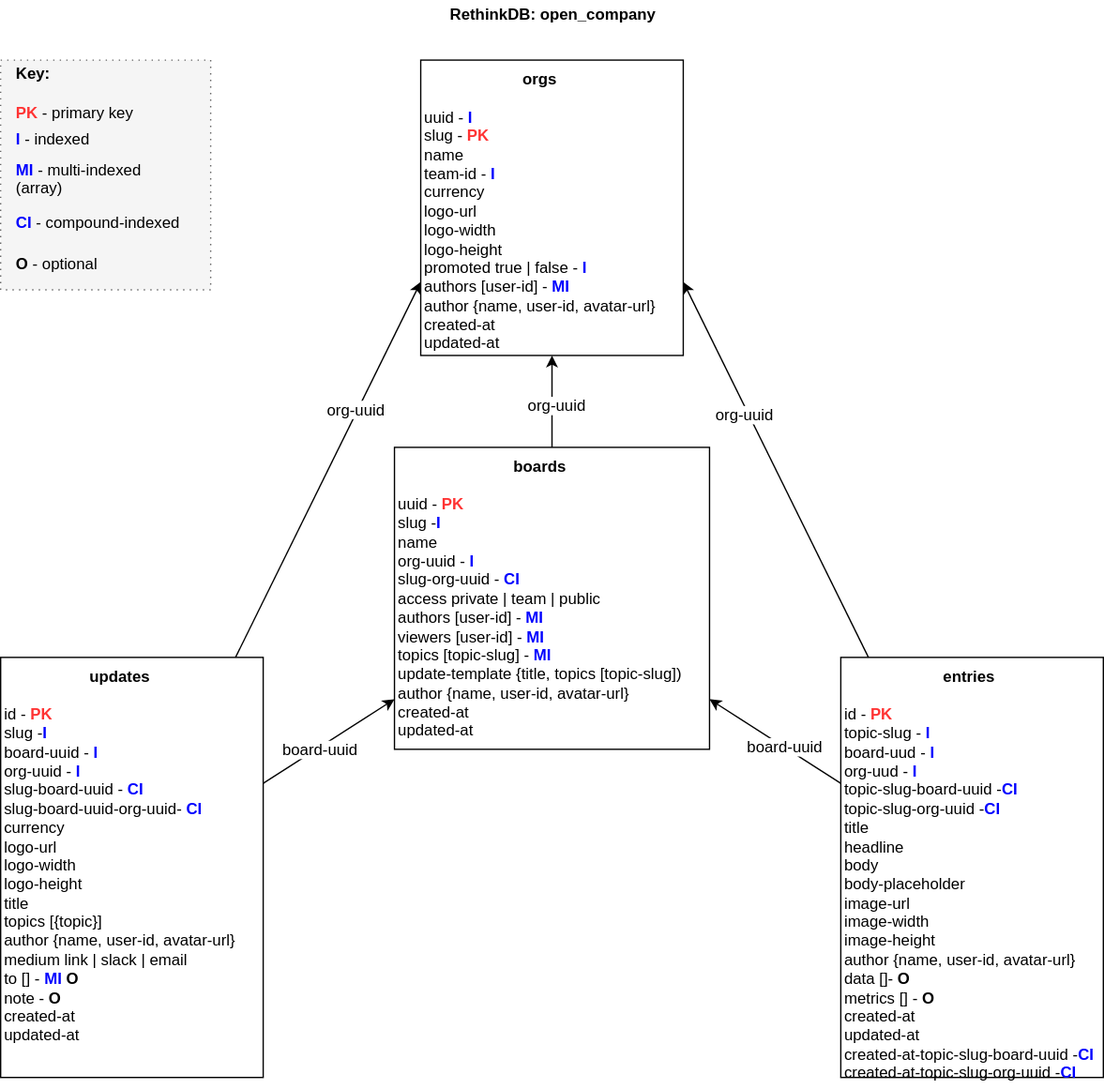
The draw.io diagram docs/OC-Storage-Schema.svg in open-company/open-company-storage, before a commit. Source tidied: cells renumbered, new cells last; positions are measured from the earlier drawing's top-left corner, leaving out a move shared by most shapes.
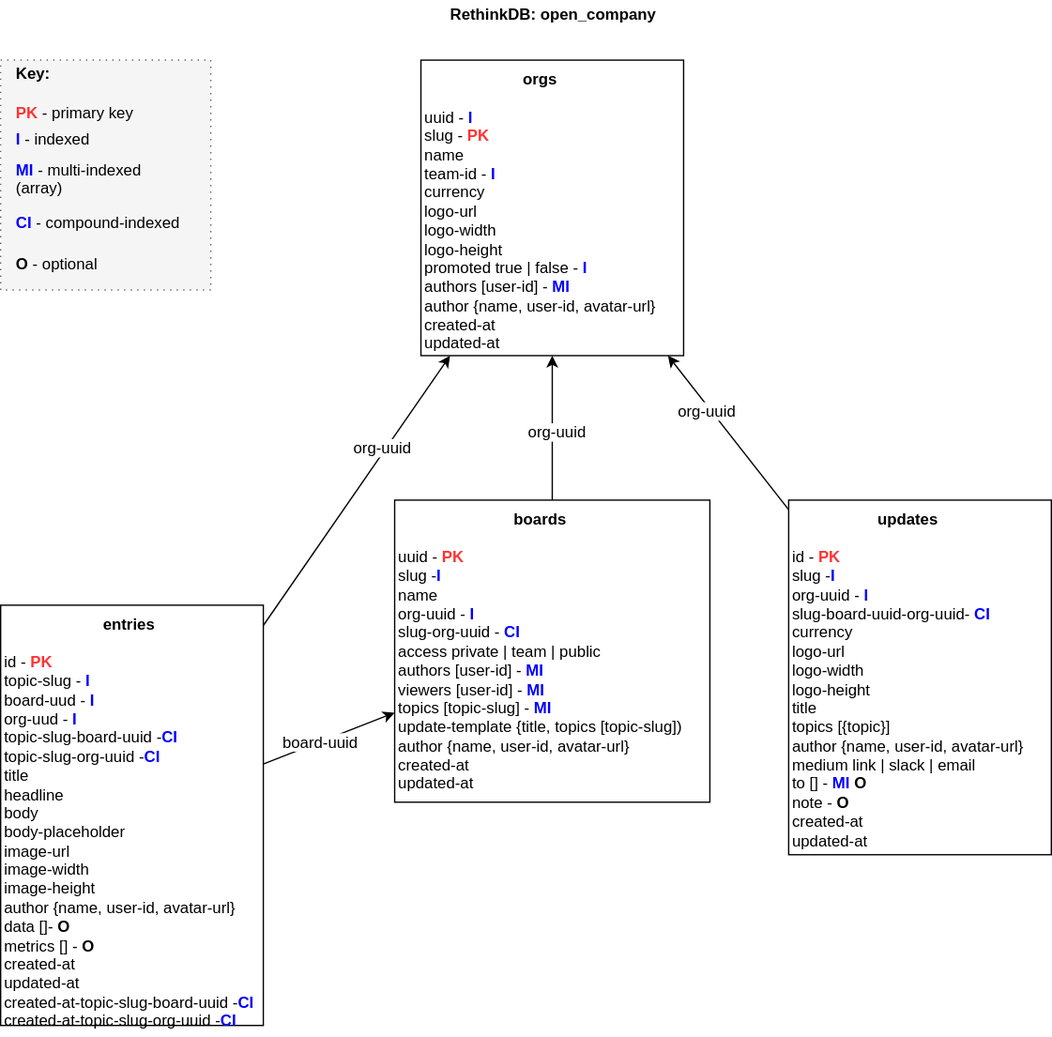
After the change.

Commit message:
Update schema, diagram and migrations for update move from board to org.

The edit, as a diff of the source:
```diff
@@ -9,7 +9,7 @@
       <mxGeometry x="320" y="45" width="200" height="225" as="geometry" />
     </mxCell>
     <mxCell id="4" value="&lt;div style=&quot;text-align: center&quot;&gt;&lt;div style=&quot;text-align: center&quot;&gt;&lt;div&gt;&lt;font color=&quot;#000000&quot;&gt;&lt;b&gt;boards&lt;/b&gt;&lt;/font&gt;&lt;/div&gt;&lt;div&gt;&lt;font color=&quot;#000000&quot;&gt;&lt;br&gt;&lt;/font&gt;&lt;/div&gt;&lt;div style=&quot;text-align: left&quot;&gt;&lt;font color=&quot;#000000&quot;&gt;uuid -&amp;nbsp;&lt;/font&gt;&lt;font color=&quot;#ff3333&quot;&gt;&lt;b&gt;PK&lt;/b&gt;&lt;/font&gt;&lt;br&gt;&lt;/div&gt;&lt;div style=&quot;text-align: left&quot;&gt;slug -&lt;b&gt;&lt;font color=&quot;#0000ff&quot;&gt;I&lt;/font&gt;&lt;/b&gt;&lt;/div&gt;&lt;div style=&quot;text-align: left&quot;&gt;&lt;font color=&quot;#000000&quot;&gt;name&lt;/font&gt;&lt;/div&gt;&lt;div style=&quot;text-align: left&quot;&gt;&lt;font color=&quot;#000000&quot;&gt;org-uuid -&amp;nbsp;&lt;/font&gt;&lt;font color=&quot;#0000ff&quot;&gt;&lt;b&gt;I&lt;/b&gt;&lt;/font&gt;&lt;/div&gt;&lt;div style=&quot;text-align: left&quot;&gt;slug-org-uuid -&lt;b&gt;&amp;nbsp;&lt;font color=&quot;#0000ff&quot;&gt;CI&lt;/font&gt;&lt;/b&gt;&lt;/div&gt;&lt;div style=&quot;text-align: left&quot;&gt;access private | team | public&lt;/div&gt;&lt;div style=&quot;text-align: left&quot;&gt;&lt;span&gt;authors&amp;nbsp;&lt;/span&gt;&lt;span&gt;[user-id] -&amp;nbsp;&lt;/span&gt;&lt;b&gt;&lt;font color=&quot;#0000ff&quot;&gt;MI&lt;/font&gt;&lt;/b&gt;&lt;br&gt;&lt;/div&gt;&lt;div style=&quot;text-align: left&quot;&gt;viewers [user-id] -&amp;nbsp;&lt;b&gt;&lt;font color=&quot;#0000ff&quot;&gt;MI&lt;/font&gt;&lt;/b&gt;&lt;/div&gt;&lt;div style=&quot;text-align: left&quot;&gt;topics [topic-slug]&amp;nbsp;&lt;span&gt;-&amp;nbsp;&lt;/span&gt;&lt;b&gt;&lt;font color=&quot;#0000ff&quot;&gt;MI&lt;/font&gt;&lt;/b&gt;&lt;/div&gt;&lt;div style=&quot;text-align: left&quot;&gt;update-template {title, topics [topic-slug])&lt;/div&gt;&lt;div style=&quot;text-align: left&quot;&gt;author {name, user-id, avatar-url}&lt;/div&gt;&lt;div style=&quot;text-align: left&quot;&gt;created-at&lt;br&gt;&lt;/div&gt;&lt;div style=&quot;text-align: left&quot;&gt;&lt;font color=&quot;#000000&quot;&gt;updated-at&lt;/font&gt;&lt;/div&gt;&lt;/div&gt;&lt;/div&gt;" style="whiteSpace=wrap;html=1;fontSize=12;fontColor=#000000;align=left;verticalAlign=top;" parent="1" vertex="1">
-      <mxGeometry x="300" y="340" width="240" height="230" as="geometry" />
+      <mxGeometry x="300" y="380" width="240" height="230" as="geometry" />
     </mxCell>
     <mxCell id="5" style="endArrow=classic;html=1;strokeColor=#000000;fontSize=12;fontColor=#000000;" parent="1" edge="1" source="4" target="3">
       <mxGeometry relative="1" as="geometry" />
@@ -17,8 +17,8 @@
     <mxCell id="6" value="org-uuid" style="text;html=1;align=center;verticalAlign=middle;labelBackgroundColor=#ffffff;fontSize=12;fontColor=#000000;" parent="5" vertex="1">
       <mxGeometry x="-0.04" y="-3" relative="1" as="geometry" />
     </mxCell>
-    <mxCell id="7" value="&lt;div style=&quot;text-align: center&quot;&gt;&lt;div&gt;&lt;font color=&quot;#000000&quot;&gt;&lt;b&gt;updates&lt;/b&gt;&lt;/font&gt;&lt;/div&gt;&lt;div&gt;&lt;font color=&quot;#000000&quot;&gt;&lt;br&gt;&lt;/font&gt;&lt;/div&gt;&lt;div style=&quot;text-align: left&quot;&gt;&lt;font color=&quot;#000000&quot;&gt;id -&amp;nbsp;&lt;/font&gt;&lt;font color=&quot;#ff3333&quot;&gt;&lt;b&gt;PK&lt;/b&gt;&lt;/font&gt;&lt;br&gt;&lt;/div&gt;&lt;div style=&quot;text-align: left&quot;&gt;slug -&lt;b&gt;&lt;font color=&quot;#0000ff&quot;&gt;I&lt;/font&gt;&lt;/b&gt;&lt;/div&gt;&lt;div style=&quot;text-align: left&quot;&gt;&lt;font color=&quot;#000000&quot;&gt;board-uuid -&amp;nbsp;&lt;/font&gt;&lt;font color=&quot;#0000ff&quot;&gt;&lt;b&gt;I&lt;/b&gt;&lt;/font&gt;&lt;br&gt;&lt;/div&gt;&lt;div style=&quot;text-align: left&quot;&gt;org-uuid&lt;font color=&quot;#000000&quot;&gt;&amp;nbsp;-&amp;nbsp;&lt;/font&gt;&lt;font color=&quot;#0000ff&quot;&gt;&lt;b&gt;I&lt;/b&gt;&lt;/font&gt;&lt;/div&gt;&lt;div style=&quot;text-align: left&quot;&gt;slug-board-uuid&amp;nbsp;&lt;font color=&quot;#000000&quot;&gt;- &lt;/font&gt;&lt;font color=&quot;#0000ff&quot;&gt;&lt;b&gt;CI&lt;/b&gt;&lt;/font&gt;&lt;/div&gt;&lt;div style=&quot;text-align: left&quot;&gt;slug-board-uuid-org-uuid&lt;font color=&quot;#000000&quot;&gt;-&amp;nbsp;&lt;/font&gt;&lt;font color=&quot;#0000ff&quot;&gt;&lt;b&gt;CI&lt;/b&gt;&lt;/font&gt;&lt;/div&gt;&lt;div style=&quot;text-align: left&quot;&gt;currency&lt;/div&gt;&lt;div style=&quot;text-align: left&quot;&gt;logo-url&lt;/div&gt;&lt;div style=&quot;text-align: left&quot;&gt;logo-width&lt;/div&gt;&lt;div style=&quot;text-align: left&quot;&gt;logo-height&lt;/div&gt;&lt;div style=&quot;text-align: left&quot;&gt;title&lt;/div&gt;&lt;div style=&quot;text-align: left&quot;&gt;topics [{topic}]&lt;/div&gt;&lt;div style=&quot;text-align: left&quot;&gt;&lt;span&gt;author {name, user-id, avatar-url}&lt;/span&gt;&lt;br&gt;&lt;/div&gt;&lt;div style=&quot;text-align: left&quot;&gt;medium link | slack | email&lt;/div&gt;&lt;div style=&quot;text-align: left&quot;&gt;to []&amp;nbsp;&lt;font color=&quot;#000000&quot;&gt;-&amp;nbsp;&lt;/font&gt;&lt;b&gt;&lt;font color=&quot;#0000ff&quot;&gt;MI &lt;/font&gt;O&lt;/b&gt;&lt;/div&gt;&lt;div style=&quot;text-align: left&quot;&gt;note&amp;nbsp;&lt;font color=&quot;#000000&quot;&gt;-&amp;nbsp;&lt;/font&gt;&lt;b&gt;O&lt;/b&gt;&lt;/div&gt;&lt;div style=&quot;text-align: left&quot;&gt;created-at&lt;br&gt;&lt;/div&gt;&lt;div style=&quot;text-align: left&quot;&gt;&lt;font color=&quot;#000000&quot;&gt;updated-at&lt;/font&gt;&lt;/div&gt;&lt;/div&gt;" style="whiteSpace=wrap;html=1;fontSize=12;fontColor=#000000;align=left;verticalAlign=top;" parent="1" vertex="1">
-      <mxGeometry y="500" width="200" height="320" as="geometry" />
+    <mxCell id="7" value="&lt;div style=&quot;text-align: center&quot;&gt;&lt;div&gt;&lt;font color=&quot;#000000&quot;&gt;&lt;b&gt;updates&lt;/b&gt;&lt;/font&gt;&lt;/div&gt;&lt;div&gt;&lt;font color=&quot;#000000&quot;&gt;&lt;br&gt;&lt;/font&gt;&lt;/div&gt;&lt;div style=&quot;text-align: left&quot;&gt;&lt;font color=&quot;#000000&quot;&gt;id -&amp;nbsp;&lt;/font&gt;&lt;font color=&quot;#ff3333&quot;&gt;&lt;b&gt;PK&lt;/b&gt;&lt;/font&gt;&lt;br&gt;&lt;/div&gt;&lt;div style=&quot;text-align: left&quot;&gt;slug -&lt;b&gt;&lt;font color=&quot;#0000ff&quot;&gt;I&lt;/font&gt;&lt;/b&gt;&lt;/div&gt;&lt;div style=&quot;text-align: left&quot;&gt;&lt;span&gt;org-uuid&lt;/span&gt;&lt;font color=&quot;#000000&quot;&gt;&amp;nbsp;-&amp;nbsp;&lt;/font&gt;&lt;font color=&quot;#0000ff&quot;&gt;&lt;b&gt;I&lt;/b&gt;&lt;/font&gt;&lt;br&gt;&lt;/div&gt;&lt;div style=&quot;text-align: left&quot;&gt;&lt;span&gt;slug-board-uuid-org-uuid&lt;/span&gt;&lt;font color=&quot;#000000&quot;&gt;-&amp;nbsp;&lt;/font&gt;&lt;font color=&quot;#0000ff&quot;&gt;&lt;b&gt;CI&lt;/b&gt;&lt;/font&gt;&lt;br&gt;&lt;/div&gt;&lt;div style=&quot;text-align: left&quot;&gt;currency&lt;/div&gt;&lt;div style=&quot;text-align: left&quot;&gt;logo-url&lt;/div&gt;&lt;div style=&quot;text-align: left&quot;&gt;logo-width&lt;/div&gt;&lt;div style=&quot;text-align: left&quot;&gt;logo-height&lt;/div&gt;&lt;div style=&quot;text-align: left&quot;&gt;title&lt;/div&gt;&lt;div style=&quot;text-align: left&quot;&gt;topics [{topic}]&lt;/div&gt;&lt;div style=&quot;text-align: left&quot;&gt;&lt;span&gt;author {name, user-id, avatar-url}&lt;/span&gt;&lt;br&gt;&lt;/div&gt;&lt;div style=&quot;text-align: left&quot;&gt;medium link | slack | email&lt;/div&gt;&lt;div style=&quot;text-align: left&quot;&gt;to []&amp;nbsp;&lt;font color=&quot;#000000&quot;&gt;-&amp;nbsp;&lt;/font&gt;&lt;b&gt;&lt;font color=&quot;#0000ff&quot;&gt;MI &lt;/font&gt;O&lt;/b&gt;&lt;/div&gt;&lt;div style=&quot;text-align: left&quot;&gt;note&amp;nbsp;&lt;font color=&quot;#000000&quot;&gt;-&amp;nbsp;&lt;/font&gt;&lt;b&gt;O&lt;/b&gt;&lt;/div&gt;&lt;div style=&quot;text-align: left&quot;&gt;created-at&lt;br&gt;&lt;/div&gt;&lt;div style=&quot;text-align: left&quot;&gt;&lt;font color=&quot;#000000&quot;&gt;updated-at&lt;/font&gt;&lt;/div&gt;&lt;/div&gt;" style="whiteSpace=wrap;html=1;fontSize=12;fontColor=#000000;align=left;verticalAlign=top;" parent="1" vertex="1">
+      <mxGeometry x="600" y="380" width="200" height="270" as="geometry" />
     </mxCell>
     <mxCell id="8" value="&lt;b&gt;Key:&lt;/b&gt;" style="text;html=1;strokeColor=none;fillColor=none;align=left;verticalAlign=middle;whiteSpace=wrap;" parent="1" vertex="1">
       <mxGeometry x="10" y="45" width="40" height="20" as="geometry" />
@@ -45,29 +45,23 @@
       <mxGeometry x="295" width="250" height="20" as="geometry" />
     </mxCell>
     <mxCell id="16" value="&lt;div style=&quot;text-align: center&quot;&gt;&lt;font color=&quot;#000000&quot;&gt;&lt;b&gt;entries&lt;/b&gt;&lt;/font&gt;&lt;/div&gt;&lt;div&gt;&lt;br&gt;&lt;/div&gt;&lt;div&gt;&lt;font color=&quot;#000000&quot;&gt;id -&amp;nbsp;&lt;/font&gt;&lt;font color=&quot;#ff3333&quot;&gt;&lt;b&gt;PK&lt;/b&gt;&lt;/font&gt;&lt;/div&gt;&lt;div&gt;&lt;span&gt;topic-slug -&amp;nbsp;&lt;/span&gt;&lt;b&gt;&lt;font color=&quot;#0000ff&quot;&gt;I&lt;/font&gt;&lt;/b&gt;&lt;/div&gt;&lt;div&gt;&lt;font color=&quot;#000000&quot;&gt;board-uud -&amp;nbsp;&lt;/font&gt;&lt;font color=&quot;#0000ff&quot;&gt;&lt;b&gt;I&lt;/b&gt;&lt;/font&gt;&lt;/div&gt;&lt;div&gt;&lt;font color=&quot;#000000&quot;&gt;org-uud -&amp;nbsp;&lt;/font&gt;&lt;font color=&quot;#0000ff&quot;&gt;&lt;b&gt;I&lt;/b&gt;&lt;/font&gt;&lt;br&gt;&lt;/div&gt;&lt;div&gt;topic-slug-board-uuid&amp;nbsp;&lt;font color=&quot;#000000&quot;&gt;-&lt;/font&gt;&lt;font color=&quot;#0000ff&quot;&gt;&lt;b&gt;CI&lt;/b&gt;&lt;/font&gt;&lt;/div&gt;&lt;div&gt;topic-slug-org-uuid&amp;nbsp;&lt;font color=&quot;#000000&quot;&gt;-&lt;/font&gt;&lt;font color=&quot;#0000ff&quot;&gt;&lt;b&gt;CI&lt;/b&gt;&lt;/font&gt;&lt;/div&gt;&lt;div&gt;&lt;span&gt;title&lt;/span&gt;&lt;br&gt;&lt;/div&gt;&lt;div&gt;&lt;span&gt;headline&lt;/span&gt;&lt;/div&gt;&lt;div&gt;&lt;span&gt;body&lt;/span&gt;&lt;/div&gt;&lt;div&gt;&lt;span&gt;body-placeholder&lt;/span&gt;&lt;/div&gt;&lt;div&gt;&lt;span&gt;image-url&lt;/span&gt;&lt;br&gt;&lt;/div&gt;&lt;div&gt;image-width&lt;/div&gt;&lt;div&gt;image-height&lt;/div&gt;&lt;div&gt;&lt;span&gt;author {name, user-id, avatar-url}&lt;/span&gt;&lt;br&gt;&lt;/div&gt;&lt;div&gt;data []&lt;span&gt;-&amp;nbsp;&lt;/span&gt;&lt;b&gt;O&lt;/b&gt;&lt;/div&gt;&lt;div&gt;metrics []&amp;nbsp;&lt;span&gt;-&amp;nbsp;&lt;/span&gt;&lt;b&gt;O&lt;/b&gt;&lt;/div&gt;&lt;div&gt;created-at&lt;br&gt;&lt;/div&gt;&lt;div&gt;&lt;font color=&quot;#000000&quot;&gt;updated-at&lt;/font&gt;&lt;/div&gt;&lt;div&gt;&lt;div&gt;created-at-topic-slug-board-uuid&amp;nbsp;&lt;font color=&quot;#000000&quot;&gt;-&lt;/font&gt;&lt;font color=&quot;#0000ff&quot;&gt;&lt;b&gt;CI&lt;/b&gt;&lt;/font&gt;&lt;/div&gt;&lt;div&gt;created-at-topic-slug-org-uuid&amp;nbsp;&lt;font color=&quot;#000000&quot;&gt;-&lt;/font&gt;&lt;font color=&quot;#0000ff&quot;&gt;&lt;b&gt;CI&lt;/b&gt;&lt;/font&gt;&lt;/div&gt;&lt;/div&gt;&lt;div&gt;&lt;font color=&quot;#0000ff&quot;&gt;&lt;b&gt;&lt;br&gt;&lt;/b&gt;&lt;/font&gt;&lt;/div&gt;" style="whiteSpace=wrap;html=1;fontSize=12;fontColor=#000000;align=left;verticalAlign=top;" parent="1" vertex="1">
-      <mxGeometry x="640" y="500" width="200" height="320" as="geometry" />
+      <mxGeometry y="460" width="200" height="320" as="geometry" />
     </mxCell>
     <mxCell id="17" style="edgeStyle=orthogonalEdgeStyle;rounded=0;html=1;exitX=1;exitY=0.5;entryX=1;entryY=0.5;endArrow=none;endFill=0;jettySize=auto;orthogonalLoop=1;strokeColor=#000000;fontSize=12;fontColor=#000000;" parent="1" edge="1" source="3" target="3">
       <mxGeometry relative="1" as="geometry" />
     </mxCell>
-    <mxCell id="18" style="endArrow=classic;html=1;strokeColor=#000000;fontSize=12;fontColor=#000000;entryX=0;entryY=0.75;" parent="1" edge="1" source="7" target="3">
+    <mxCell id="18" style="endArrow=classic;html=1;strokeColor=#000000;fontSize=12;fontColor=#000000;" parent="1" edge="1" source="7" target="3">
       <mxGeometry relative="1" as="geometry" />
     </mxCell>
     <mxCell id="19" value="org-uuid" style="text;html=1;align=center;verticalAlign=middle;labelBackgroundColor=#ffffff;fontSize=12;fontColor=#000000;" parent="18" vertex="1">
       <mxGeometry x="0.31" y="2" relative="1" as="geometry" />
     </mxCell>
-    <mxCell id="20" style="endArrow=classic;html=1;strokeColor=#000000;fontSize=12;fontColor=#000000;entryX=1;entryY=0.75;" parent="1" edge="1" source="16" target="3">
+    <mxCell id="20" style="endArrow=classic;html=1;strokeColor=#000000;fontSize=12;fontColor=#000000;" parent="1" edge="1" source="16" target="3">
       <mxGeometry relative="1" as="geometry" />
     </mxCell>
     <mxCell id="21" value="org-uuid" style="text;html=1;align=center;verticalAlign=middle;labelBackgroundColor=#ffffff;fontSize=12;fontColor=#000000;" parent="20" vertex="1">
       <mxGeometry x="0.31" y="3" relative="1" as="geometry" />
     </mxCell>
-    <mxCell id="22" style="endArrow=classic;html=1;strokeColor=#000000;fontSize=12;fontColor=#000000;" parent="1" edge="1" source="7" target="4">
-      <mxGeometry relative="1" as="geometry" />
-    </mxCell>
-    <mxCell id="23" value="board-uuid" style="text;html=1;align=center;verticalAlign=middle;labelBackgroundColor=#ffffff;fontSize=12;fontColor=#000000;" parent="22" vertex="1">
-      <mxGeometry x="-0.15" y="-1" relative="1" as="geometry" />
-    </mxCell>
     <mxCell id="24" style="endArrow=classic;html=1;strokeColor=#000000;fontSize=12;fontColor=#000000;" parent="1" edge="1" source="16" target="4">
       <mxGeometry relative="1" as="geometry" />
     </mxCell>
```
